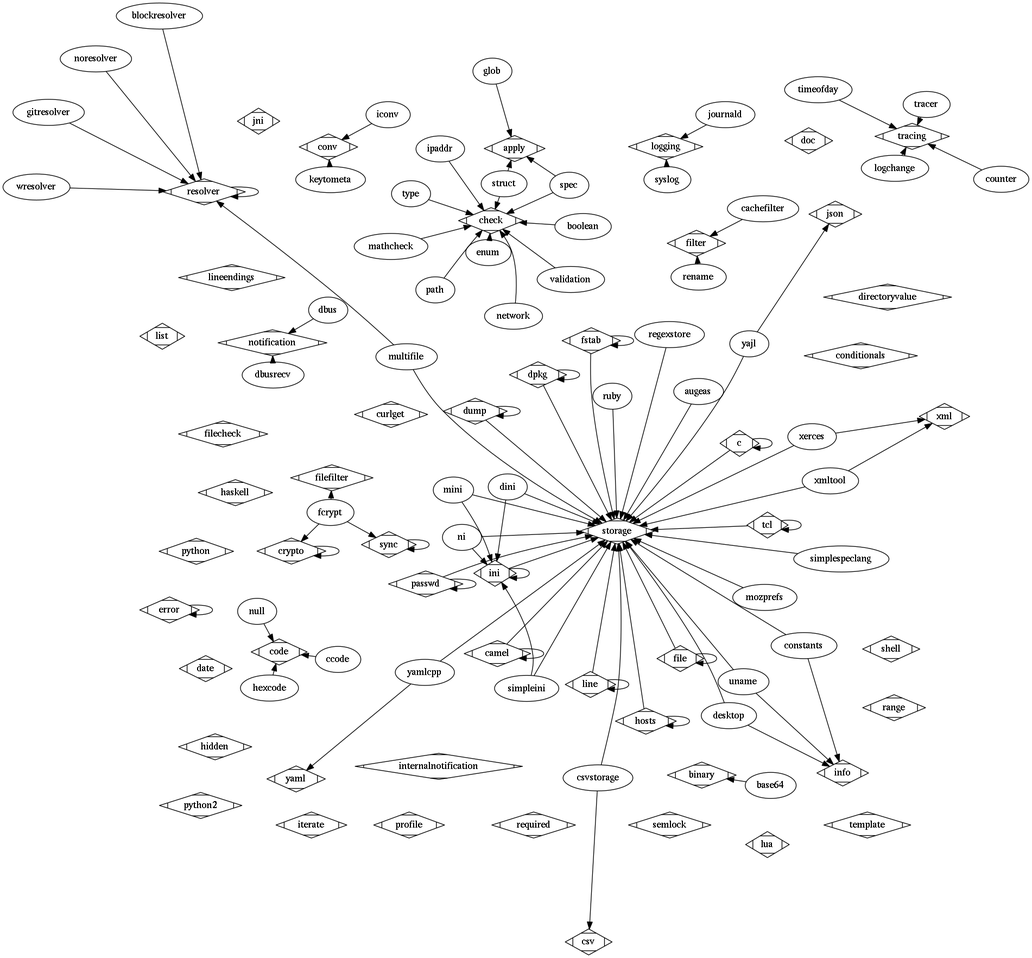
Above: doc/images/plugins.png in ElektraInitiative/libelektra (Graphviz), before the change. Its source is kept beside it as doc/images/plugins.dot.
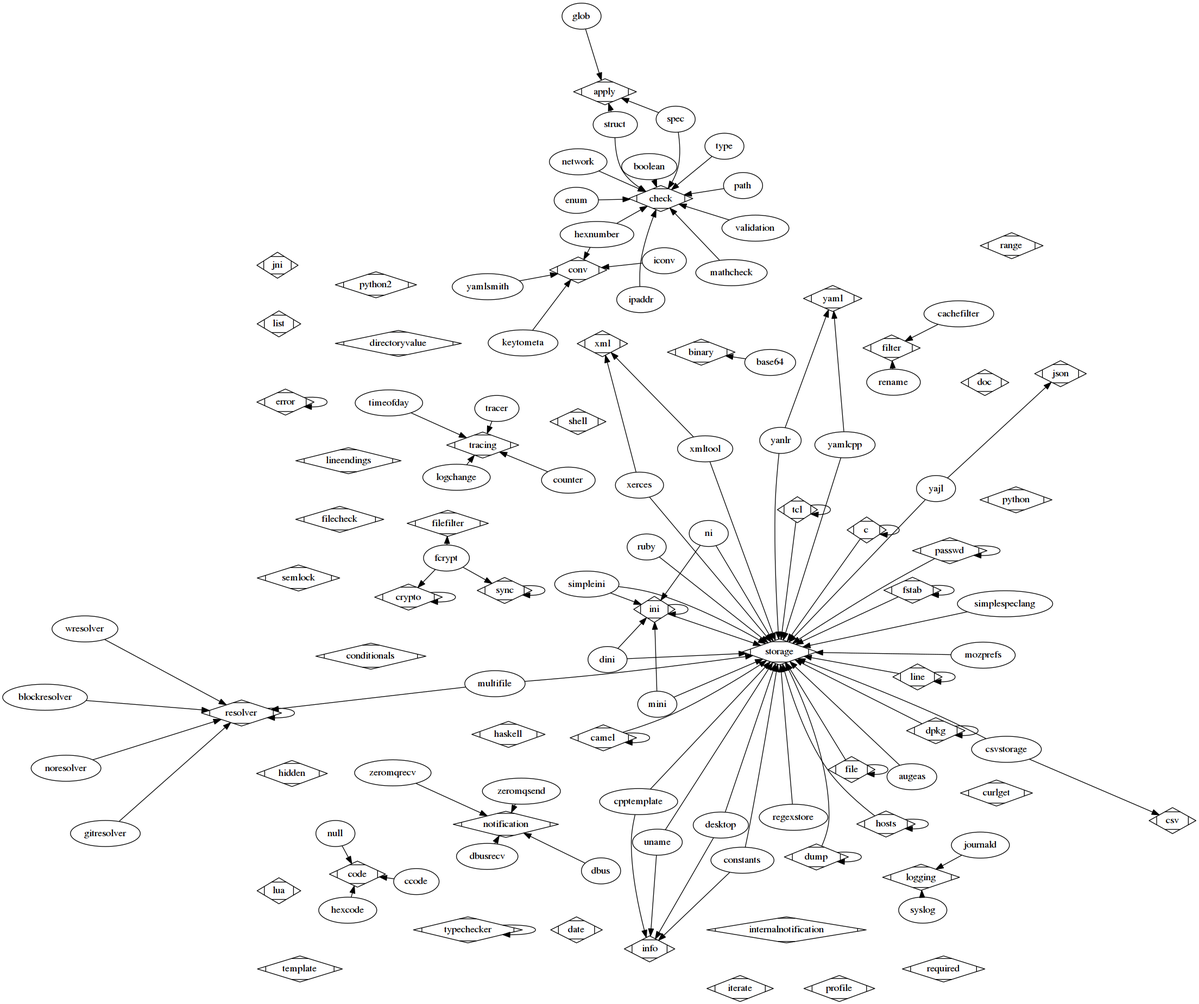
The same diagram one commit later.

What changed in the source:
```diff
@@ -27,6 +27,10 @@
 	constants -> info;
 	tracing [shape=Mdiamond];
 	counter -> tracing;
+	storage [shape=Mdiamond];
+	cpptemplate -> storage;
+	info [shape=Mdiamond];
+	cpptemplate -> info;
 	crypto [shape=Mdiamond];
 	crypto -> crypto;
 	storage [shape=Mdiamond];
@@ -83,6 +87,10 @@
 	haskell [shape=Mdiamond];
 	code [shape=Mdiamond];
 	hexcode -> code;
+	conv [shape=Mdiamond];
+	hexnumber -> conv;
+	check [shape=Mdiamond];
+	hexnumber -> check;
 	hidden [shape=Mdiamond];
 	storage [shape=Mdiamond];
 	hosts -> storage;
@@ -184,6 +192,8 @@
 	tracer -> tracing;
 	check [shape=Mdiamond];
 	type -> check;
+	typechecker [shape=Mdiamond];
+	typechecker -> typechecker;
 	storage [shape=Mdiamond];
 	uname -> storage;
 	info [shape=Mdiamond];
@@ -208,4 +218,14 @@
 	yamlcpp -> storage;
 	yaml [shape=Mdiamond];
 	yamlcpp -> yaml;
+	conv [shape=Mdiamond];
+	yamlsmith -> conv;
+	storage [shape=Mdiamond];
+	yanlr -> storage;
+	yaml [shape=Mdiamond];
+	yanlr -> yaml;
+	notification [shape=Mdiamond];
+	zeromqrecv -> notification;
+	notification [shape=Mdiamond];
+	zeromqsend -> notification;
 }
```
